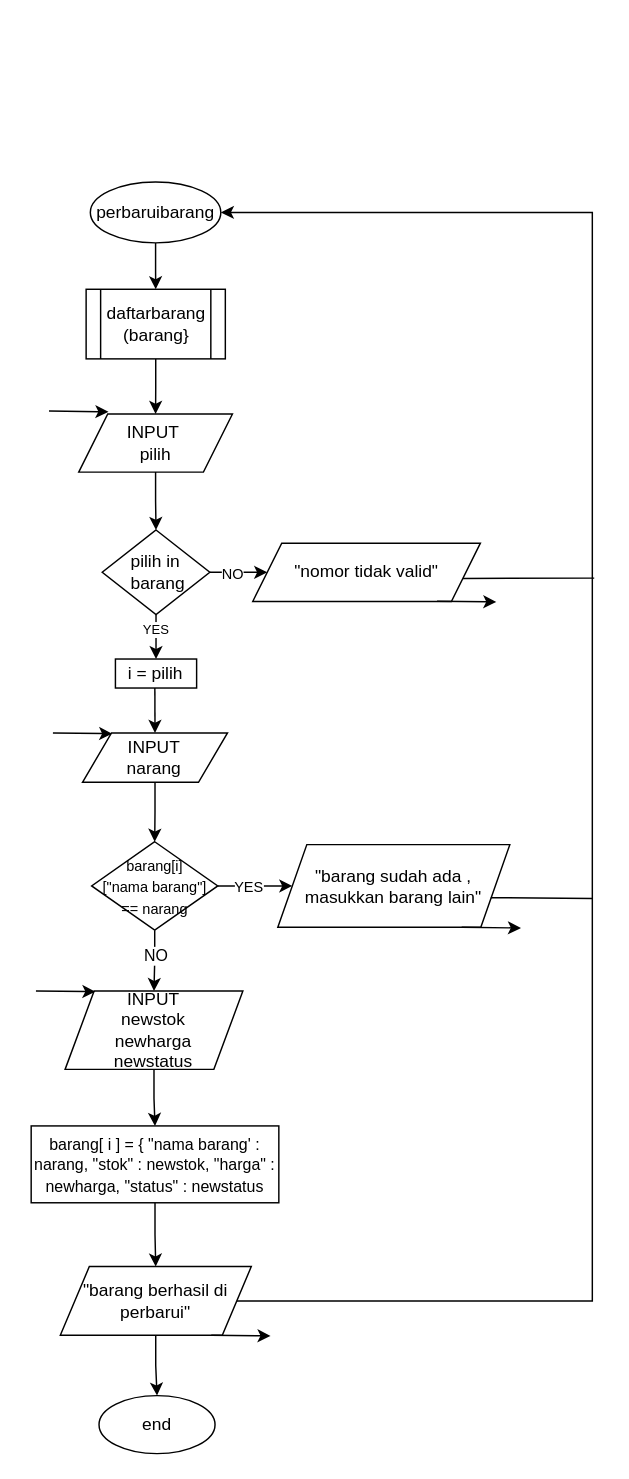
This is page "perbarui barang" (11 of 12) of post-test/post-test-apd-8/2509106052-Mariska Febriyanti-PT-8.drawio from Mariska0207/praktikum-apd, a draw.io file, before an edit. Source tidied: cells renumbered, new cells numbered last; positions are measured from the earlier drawing's top-left corner, leaving out a move shared by most shapes. Both pictures are drawn from the tidied source at 145%, with x=0, y=0 at pixel (30, 181).
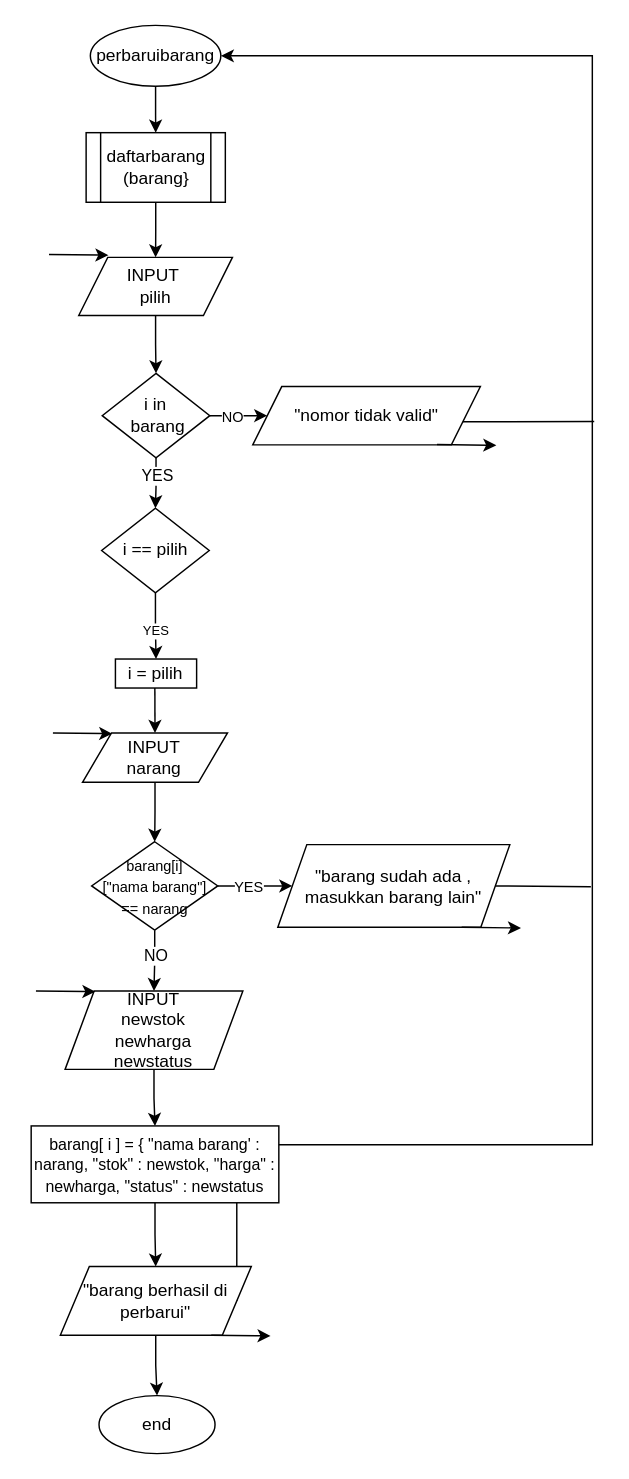
Above is the later version.

The change refers to these unchanged cells:
```xml
<mxCell id="8" value="&quot;barang berhasil di perbarui&quot;" style="shape=parallelogram;perimeter=parallelogramPerimeter;whiteSpace=wrap;html=1;fixedSize=1;" parent="1" vertex="1">
  <mxGeometry x="20.1" y="748" width="131.7" height="47.4" as="geometry" />
</mxCell>
<mxCell id="18" value="&quot;barang sudah ada , masukkan barang lain&quot;" style="shape=parallelogram;perimeter=parallelogramPerimeter;whiteSpace=wrap;html=1;fixedSize=1;" parent="1" vertex="1">
  <mxGeometry x="170.1" y="457" width="160" height="57" as="geometry" />
</mxCell>
<mxCell id="33" value="i = pilih" style="rounded=0;whiteSpace=wrap;html=1;" parent="1" vertex="1">
  <mxGeometry x="58.1" y="329" width="56" height="20" as="geometry" />
</mxCell>
```

Change to the diagram source:
```diff
@@
     <mxCell id="3" value="perbaruibarang" style="strokeWidth=1;html=1;shape=mxgraph.flowchart.start_1;whiteSpace=wrap;" parent="1" vertex="1">
-      <mxGeometry x="40.8" width="90" height="42" as="geometry" />
+      <mxGeometry x="40.8" y="-108" width="90" height="42" as="geometry" />
     </mxCell>
@@
     <mxCell id="6" style="edgeStyle=orthogonalEdgeStyle;rounded=0;jettySize=auto;html=1;exitX=1;exitY=0.5;exitDx=0;exitDy=0;entryX=1;entryY=0.5;entryDx=0;entryDy=0;entryPerimeter=0;" parent="1" edge="1" source="8" target="3">
       <mxGeometry relative="1" as="geometry">
         <Array as="points">
-          <mxPoint x="387" y="772" />
-          <mxPoint x="387" y="21" />
+          <mxPoint x="387" y="664" />
+          <mxPoint x="387" y="-87" />
         </Array>
       </mxGeometry>
     </mxCell>
@@
     <mxCell id="25" value="daftarbarang&lt;div&gt;(barang}&lt;/div&gt;" style="shape=process;whiteSpace=wrap;html=1;backgroundOutline=1;strokeWidth=1;" parent="1" vertex="1">
-      <mxGeometry x="37.9" y="74" width="96" height="48" as="geometry" />
+      <mxGeometry x="37.9" y="-34" width="96" height="48" as="geometry" />
     </mxCell>
@@
     <mxCell id="27" value="INPUT&amp;nbsp;&lt;div&gt;pilih&lt;/div&gt;" style="shape=parallelogram;perimeter=parallelogramPerimeter;whiteSpace=wrap;html=1;fixedSize=1;strokeWidth=1;" parent="1" vertex="1">
-      <mxGeometry x="32.8" y="160" width="106" height="40.1" as="geometry" />
+      <mxGeometry x="32.8" y="52" width="106" height="40.1" as="geometry" />
     </mxCell>
-    <mxCell id="28" style="edgeStyle=orthogonalEdgeStyle;rounded=0;jettySize=auto;html=1;" parent="1" edge="1" source="32" target="33">
+    <mxCell id="28" style="edgeStyle=orthogonalEdgeStyle;rounded=0;jettySize=auto;html=1;exitX=0.5;exitY=1;exitDx=0;exitDy=0;" parent="1" edge="1" source="42" target="33">
       <mxGeometry relative="1" as="geometry" />
     </mxCell>
@@
+    <mxCell id="40" style="edgeStyle=orthogonalEdgeStyle;rounded=0;jettySize=auto;html=1;" parent="1" edge="1" source="32" target="42">
+      <mxGeometry relative="1" as="geometry" />
+    </mxCell>
+    <mxCell id="41" value="YES" style="edgeLabel;html=1;align=center;verticalAlign=middle;" parent="40" vertex="1">
+      <mxGeometry x="-0.33" relative="1" as="geometry" />
+    </mxCell>
-    <mxCell id="32" value="pilih in&lt;div&gt;&amp;nbsp;barang&lt;/div&gt;" style="rhombus;whiteSpace=wrap;html=1;strokeWidth=1;" parent="1" vertex="1">
-      <mxGeometry x="49" y="240" width="74.2" height="58.3" as="geometry" />
+    <mxCell id="32" value="i in&lt;div&gt;&amp;nbsp;barang&lt;/div&gt;" style="rhombus;whiteSpace=wrap;html=1;strokeWidth=1;" parent="1" vertex="1">
+      <mxGeometry x="49" y="132" width="74.2" height="58.3" as="geometry" />
     </mxCell>
@@
     <mxCell id="35" value="&quot;nomor tidak valid&quot;" style="shape=parallelogram;perimeter=parallelogramPerimeter;whiteSpace=wrap;html=1;fixedSize=1;strokeWidth=1;strokeColor=default;" parent="1" vertex="1">
-      <mxGeometry x="152.8" y="249.1" width="157" height="40.2" as="geometry" />
+      <mxGeometry x="152.8" y="141.1" width="157" height="40.2" as="geometry" />
     </mxCell>
     <mxCell id="36" style="endArrow=classic;html=1;rounded=0;exitX=0.805;exitY=0.985;exitDx=0;exitDy=0;exitPerimeter=0;" parent="1" edge="1">
       <mxGeometry relative="1" as="geometry">
-        <mxPoint x="12.3" y="158" as="sourcePoint" />
-        <mxPoint x="53.3" y="158.5" as="targetPoint" />
+        <mxPoint x="12.3" y="50" as="sourcePoint" />
+        <mxPoint x="53.3" y="50.5" as="targetPoint" />
         <Array as="points">
-          <mxPoint x="53.3" y="158.5" />
+          <mxPoint x="53.3" y="50.5" />
         </Array>
       </mxGeometry>
     </mxCell>
     <mxCell id="37" style="endArrow=classic;html=1;rounded=0;exitX=0.805;exitY=0.985;exitDx=0;exitDy=0;exitPerimeter=0;" parent="1" edge="1">
       <mxGeometry relative="1" as="geometry">
-        <mxPoint x="279.9" y="289.1" as="sourcePoint" />
-        <mxPoint x="320.8" y="289.6" as="targetPoint" />
+        <mxPoint x="279.9" y="181.1" as="sourcePoint" />
+        <mxPoint x="320.8" y="181.6" as="targetPoint" />
         <Array as="points">
-          <mxPoint x="320.8" y="289.6" />
+          <mxPoint x="320.8" y="181.6" />
         </Array>
       </mxGeometry>
     </mxCell>
-    <mxCell id="38" style="endArrow=none;html=1;rounded=0;exitX=1;exitY=0.5;exitDx=0;exitDy=0;" parent="1" edge="1">
-      <mxGeometry relative="1" as="geometry">
-        <mxPoint x="317" y="493.6" as="sourcePoint" />
-        <mxPoint x="387.2" y="494.1" as="targetPoint" />
-      </mxGeometry>
-    </mxCell>
     <mxCell id="39" style="endArrow=none;html=1;rounded=0;exitX=1;exitY=0.5;exitDx=0;exitDy=0;" parent="1" edge="1">
       <mxGeometry relative="1" as="geometry">
-        <mxPoint x="297.8" y="273.4" as="sourcePoint" />
-        <mxPoint x="388.3" y="273.2" as="targetPoint" />
+        <mxPoint x="297.8" y="165.4" as="sourcePoint" />
+        <mxPoint x="388.3" y="165.2" as="targetPoint" />
       </mxGeometry>
     </mxCell>
+    <mxCell id="42" value="i == pilih" style="rhombus;whiteSpace=wrap;html=1;strokeWidth=1;" parent="1" vertex="1">
+      <mxGeometry x="48.6" y="225" width="74.2" height="58.3" as="geometry" />
+    </mxCell>
+    <mxCell id="43" style="endArrow=none;html=1;rounded=0;exitX=1;exitY=0.5;exitDx=0;exitDy=0;" parent="1" edge="1" source="18">
+      <mxGeometry relative="1" as="geometry">
+        <mxPoint x="386" y="486" as="targetPoint" />
+      </mxGeometry>
+    </mxCell>
```
